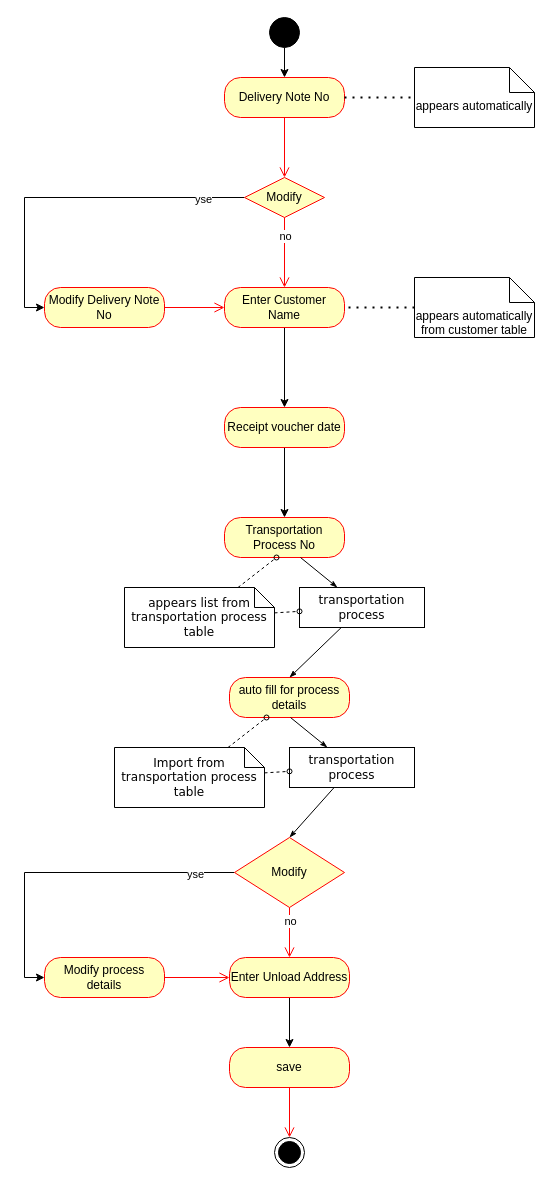
This is Delivery Note.drawio from amrawni33/Transfer, a draw.io file, before an edit. Source tidied: cells renumbered, new cells numbered last; positions are measured from the earlier drawing's top-left corner, leaving out a move shared by most shapes. Both pictures are drawn from the tidied source at 100%, with x=0, y=0 at pixel (44, 17).
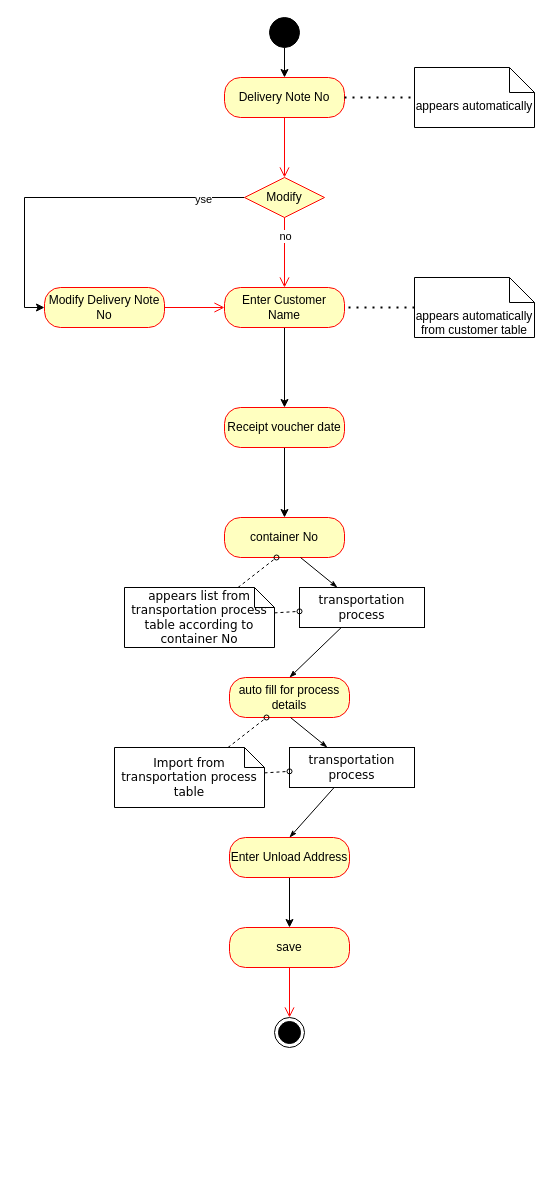
Above is the later version.

The change refers to these unchanged cells:
```xml
<mxCell id="31" value="transportation process" style="rounded=0;whiteSpace=wrap;html=1;shadow=0;comic=0;labelBackgroundColor=none;strokeWidth=1;fontFamily=Verdana;fontSize=12;align=center;arcSize=50;" parent="1" vertex="1">
  <mxGeometry x="245" y="730" width="125" height="40" as="geometry" />
</mxCell>
```

Change to the diagram source:
```diff
@@
-    <mxCell id="21" value="Transportation Process No" style="rounded=1;whiteSpace=wrap;html=1;arcSize=40;fontColor=#000000;fillColor=#ffffc0;strokeColor=#ff0000;" parent="1" vertex="1">
+    <mxCell id="21" value="container No" style="rounded=1;whiteSpace=wrap;html=1;arcSize=40;fontColor=#000000;fillColor=#ffffc0;strokeColor=#ff0000;" parent="1" vertex="1">
       <mxGeometry x="180" y="500" width="120" height="40" as="geometry" />
     </mxCell>
@@
-    <mxCell id="28" value="appears list from transportation process table" style="shape=note;whiteSpace=wrap;html=1;rounded=0;shadow=0;comic=0;labelBackgroundColor=none;strokeWidth=1;fontFamily=Verdana;fontSize=12;align=center;size=20;" parent="1" vertex="1">
+    <mxCell id="28" value="appears list from transportation process table according to container No" style="shape=note;whiteSpace=wrap;html=1;rounded=0;shadow=0;comic=0;labelBackgroundColor=none;strokeWidth=1;fontFamily=Verdana;fontSize=12;align=center;size=20;" parent="1" vertex="1">
       <mxGeometry x="80" y="570" width="150" height="60" as="geometry" />
     </mxCell>
@@
-    <mxCell id="30" style="edgeStyle=none;rounded=0;html=1;labelBackgroundColor=none;startArrow=none;startFill=0;startSize=5;endArrow=classicThin;endFill=1;endSize=5;jettySize=auto;strokeWidth=1;fontFamily=Verdana;fontSize=12;entryX=0.5;entryY=0;entryDx=0;entryDy=0;" parent="1" edge="1" source="31" target="39">
+    <mxCell id="30" style="edgeStyle=none;rounded=0;html=1;labelBackgroundColor=none;startArrow=none;startFill=0;startSize=5;endArrow=classicThin;endFill=1;endSize=5;jettySize=auto;strokeWidth=1;fontFamily=Verdana;fontSize=12;entryX=0.5;entryY=0;entryDx=0;entryDy=0;" parent="1" edge="1" source="31" target="36">
       <mxGeometry relative="1" as="geometry" />
     </mxCell>
@@
     <mxCell id="36" value="Enter Unload Address" style="rounded=1;whiteSpace=wrap;html=1;arcSize=40;fontColor=#000000;fillColor=#ffffc0;strokeColor=#ff0000;" parent="1" vertex="1">
-      <mxGeometry x="185" y="940" width="120" height="40" as="geometry" />
+      <mxGeometry x="185" y="820" width="120" height="40" as="geometry" />
     </mxCell>
-    <mxCell id="37" style="edgeStyle=orthogonalEdgeStyle;rounded=0;jettySize=auto;html=1;entryX=0;entryY=0.5;entryDx=0;entryDy=0;" parent="1" edge="1" source="39" target="42">
-      <mxGeometry relative="1" as="geometry" />
-    </mxCell>
-    <mxCell id="38" value="yse" style="edgeLabel;html=1;align=center;verticalAlign=middle;" parent="37" vertex="1">
-      <mxGeometry x="-0.76" y="1" relative="1" as="geometry" />
-    </mxCell>
-    <mxCell id="39" value="Modify" style="rhombus;whiteSpace=wrap;html=1;fontColor=#000000;fillColor=#ffffc0;strokeColor=#ff0000;" parent="1" vertex="1">
-      <mxGeometry x="190" y="820" width="110" height="70" as="geometry" />
-    </mxCell>
-    <mxCell id="40" style="edgeStyle=orthogonalEdgeStyle;html=1;align=left;verticalAlign=bottom;endArrow=open;endSize=8;strokeColor=#ff0000;rounded=0;entryX=0.5;entryY=0;entryDx=0;entryDy=0;exitX=0.5;exitY=1;exitDx=0;exitDy=0;" parent="1" edge="1" source="39" target="36">
-      <mxGeometry x="-1" relative="1" as="geometry" />
-    </mxCell>
-    <mxCell id="41" value="no" style="edgeLabel;html=1;align=center;verticalAlign=middle;" parent="40" vertex="1">
-      <mxGeometry x="-0.5" relative="1" as="geometry" />
-    </mxCell>
-    <mxCell id="42" value="Modify process details" style="rounded=1;whiteSpace=wrap;html=1;arcSize=40;fontColor=#000000;fillColor=#ffffc0;strokeColor=#ff0000;" parent="1" vertex="1">
-      <mxGeometry y="940" width="120" height="40" as="geometry" />
-    </mxCell>
-    <mxCell id="43" style="edgeStyle=orthogonalEdgeStyle;html=1;verticalAlign=bottom;endArrow=open;endSize=8;strokeColor=#ff0000;rounded=0;entryX=0;entryY=0.5;entryDx=0;entryDy=0;" parent="1" edge="1" source="42" target="36">
-      <mxGeometry relative="1" as="geometry" />
-    </mxCell>
     <mxCell id="44" value="save" style="rounded=1;whiteSpace=wrap;html=1;arcSize=40;fontColor=#000000;fillColor=#ffffc0;strokeColor=#ff0000;" parent="1" vertex="1">
-      <mxGeometry x="185" y="1030" width="120" height="40" as="geometry" />
+      <mxGeometry x="185" y="910" width="120" height="40" as="geometry" />
     </mxCell>
@@
     <mxCell id="46" style="ellipse;html=1;shape=endState;fillColor=strokeColor;" parent="1" vertex="1">
-      <mxGeometry x="230" y="1120" width="30" height="30" as="geometry" />
+      <mxGeometry x="230" y="1000" width="30" height="30" as="geometry" />
     </mxCell>
```
